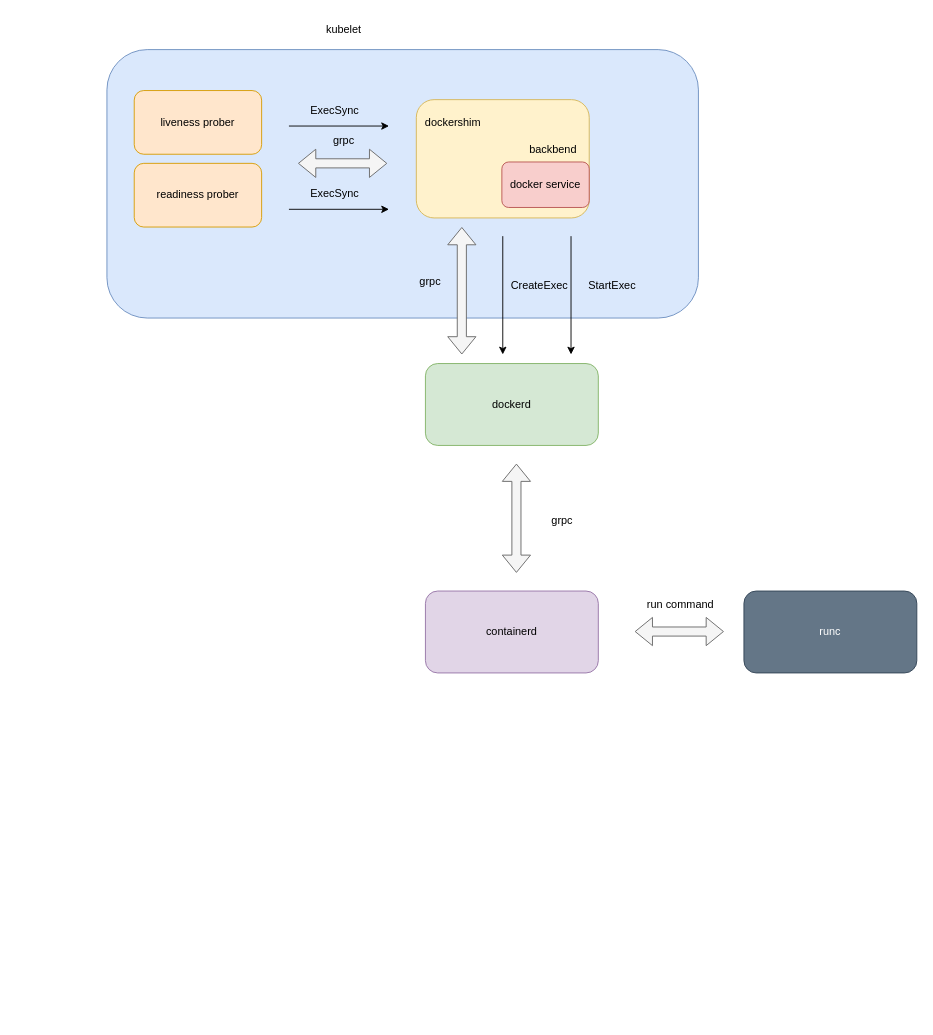
Earlier version of the draw.io diagram page "第 12 页" (12 of 12) of kubelet/kubelet.drawio (jingrenzhou/drawio). Source tidied: cells renumbered, new cells numbered last; positions are measured from the earlier drawing's top-left corner, leaving out a move shared by most shapes. Both pictures are drawn from the tidied source at 91%, with x=0, y=0 at pixel (106, 15).
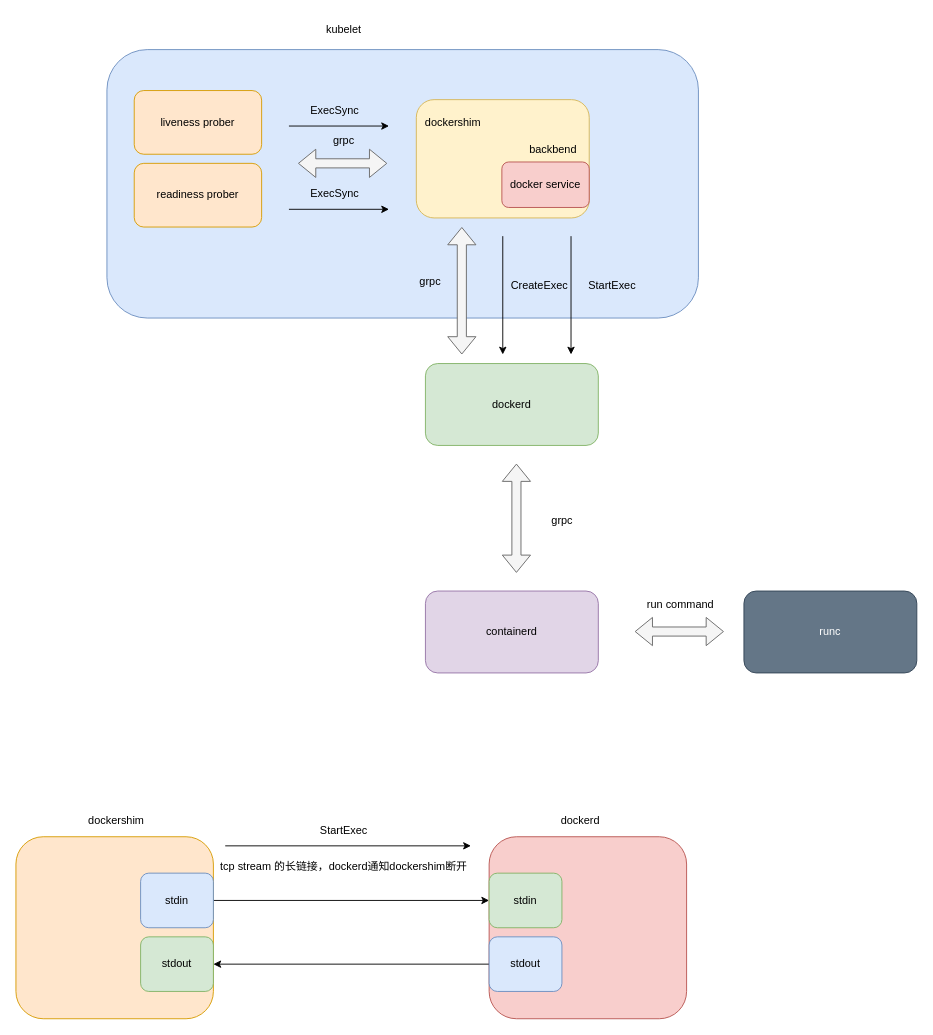
The same diagram, later.

The edit, as a diff of the source:
```diff
@@
+    <mxCell id="29" style="rounded=1;whiteSpace=wrap;html=1;fillColor=#ffe6cc;strokeColor=#d79b00;" parent="1" vertex="1">
+      <mxGeometry x="-100" y="902" width="217" height="200" as="geometry" />
+    </mxCell>
+    <mxCell id="30" style="edgeStyle=orthogonalEdgeStyle;rounded=0;jettySize=auto;html=1;exitX=1;exitY=0.5;exitDx=0;exitDy=0;entryX=0;entryY=0.5;entryDx=0;entryDy=0;" parent="1" edge="1" source="31" target="34">
+      <mxGeometry relative="1" as="geometry" />
+    </mxCell>
+    <mxCell id="31" value="stdin" style="rounded=1;whiteSpace=wrap;html=1;fillColor=#dae8fc;strokeColor=#6c8ebf;" parent="1" vertex="1">
+      <mxGeometry x="37" y="942" width="80" height="60" as="geometry" />
+    </mxCell>
+    <mxCell id="32" value="stdout" style="rounded=1;whiteSpace=wrap;html=1;fillColor=#d5e8d4;strokeColor=#82b366;" parent="1" vertex="1">
+      <mxGeometry x="37" y="1012" width="80" height="60" as="geometry" />
+    </mxCell>
+    <mxCell id="33" style="rounded=1;whiteSpace=wrap;html=1;fillColor=#f8cecc;strokeColor=#b85450;" parent="1" vertex="1">
+      <mxGeometry x="420" y="902" width="217" height="200" as="geometry" />
+    </mxCell>
+    <mxCell id="34" value="stdin" style="rounded=1;whiteSpace=wrap;html=1;fillColor=#d5e8d4;strokeColor=#82b366;" parent="1" vertex="1">
+      <mxGeometry x="420" y="942" width="80" height="60" as="geometry" />
+    </mxCell>
+    <mxCell id="35" style="edgeStyle=orthogonalEdgeStyle;rounded=0;jettySize=auto;html=1;exitX=0;exitY=0.5;exitDx=0;exitDy=0;entryX=1;entryY=0.5;entryDx=0;entryDy=0;" parent="1" edge="1" source="36" target="32">
+      <mxGeometry relative="1" as="geometry" />
+    </mxCell>
+    <mxCell id="36" value="stdout" style="rounded=1;whiteSpace=wrap;html=1;fillColor=#dae8fc;strokeColor=#6c8ebf;" parent="1" vertex="1">
+      <mxGeometry x="420" y="1012" width="80" height="60" as="geometry" />
+    </mxCell>
+    <mxCell id="37" value="tcp stream 的长链接，dockerd通知dockershim断开" style="text;html=1;align=center;verticalAlign=middle;strokeColor=none;fillColor=none;" parent="1" vertex="1">
+      <mxGeometry x="115" y="920" width="290" height="30" as="geometry" />
+    </mxCell>
+    <mxCell id="38" value="dockershim" style="text;html=1;align=center;verticalAlign=middle;strokeColor=none;fillColor=none;" parent="1" vertex="1">
+      <mxGeometry x="-30" y="870" width="80" height="30" as="geometry" />
+    </mxCell>
+    <mxCell id="39" value="dockerd" style="text;html=1;align=center;verticalAlign=middle;strokeColor=none;fillColor=none;" parent="1" vertex="1">
+      <mxGeometry x="485" y="870" width="70" height="30" as="geometry" />
+    </mxCell>
+    <mxCell id="40" style="endArrow=classic;html=1;rounded=0;" parent="1" edge="1">
+      <mxGeometry relative="1" as="geometry">
+        <mxPoint x="130" y="912" as="sourcePoint" />
+        <mxPoint x="400" y="912" as="targetPoint" />
+      </mxGeometry>
+    </mxCell>
+    <mxCell id="41" value="StartExec" style="text;html=1;align=center;verticalAlign=middle;strokeColor=none;fillColor=none;" parent="1" vertex="1">
+      <mxGeometry x="220" y="880" width="80" height="30" as="geometry" />
+    </mxCell>
```
